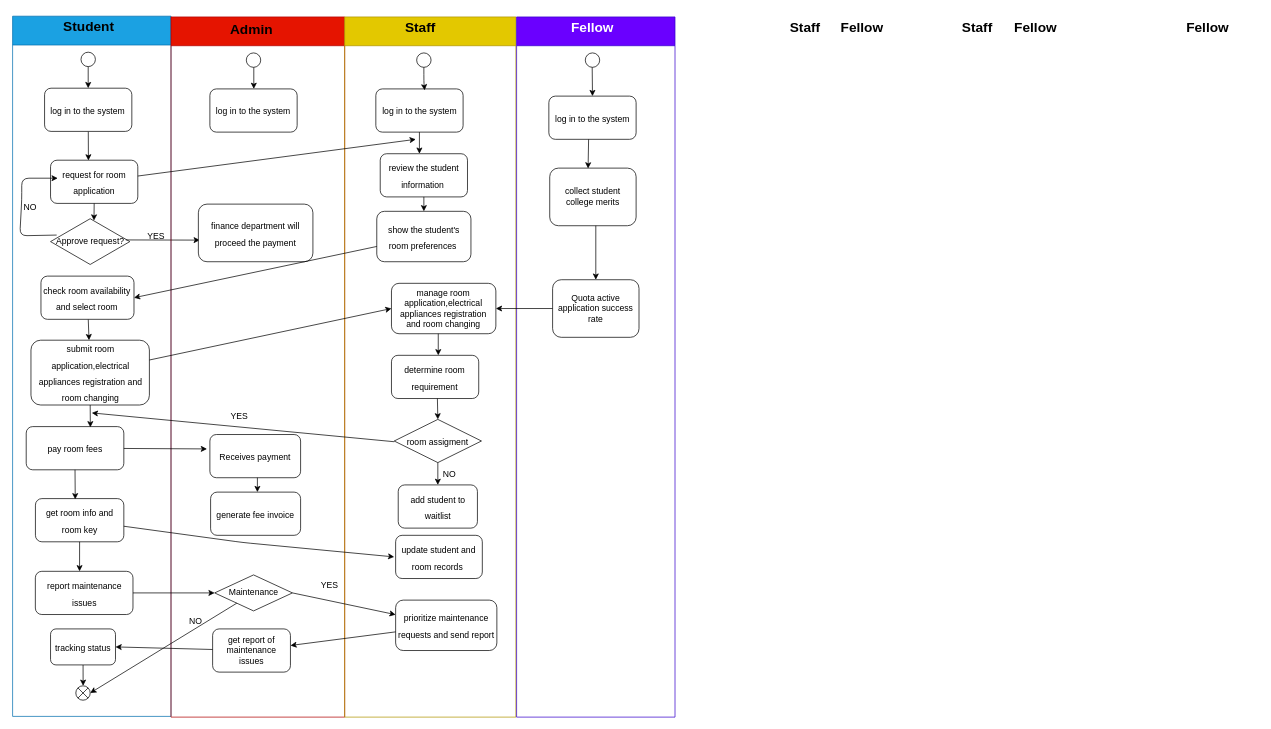
drshahizan/software-engineering keeps this draw.io diagram as page "activity_diagram" (3 of 3) of project/drawio/stakeholder/UML.drawio. Above is the earlier version. Source tidied: cells renumbered, new cells numbered last; positions are measured from the earlier drawing's top-left corner, leaving out a move shared by most shapes. Both pictures are drawn from the tidied source at 72%, with x=0, y=0 at pixel (12, 12).
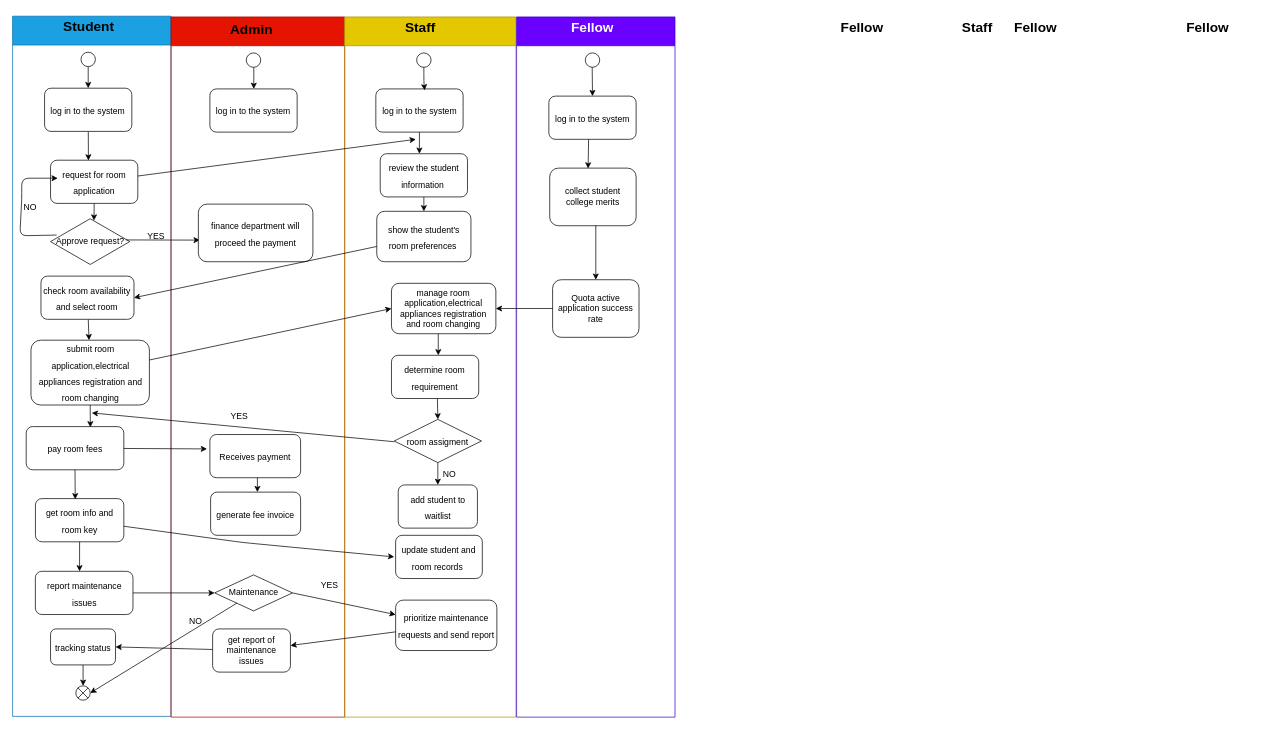
The same diagram, later.

Unchanged cells that the change refers to:
```xml
<mxCell id="43" style="swimlane;startSize=40;fontSize=19;fillColor=#e3c800;fontColor=#000000;strokeColor=#B09500;" parent="1" vertex="1">
  <mxGeometry x="461.2" y="6" width="237.8" height="972.5" as="geometry" />
</mxCell>
```

The edit, as a diff of the source:
```diff
@@
-    <mxCell id="45" value="&lt;b&gt;Staff&lt;/b&gt;" style="text;html=1;strokeColor=none;fillColor=none;align=center;verticalAlign=middle;whiteSpace=wrap;rounded=0;fontSize=19;" parent="43" vertex="1">
-      <mxGeometry x="570" y="-2.5" width="140" height="35" as="geometry" />
-    </mxCell>
```
